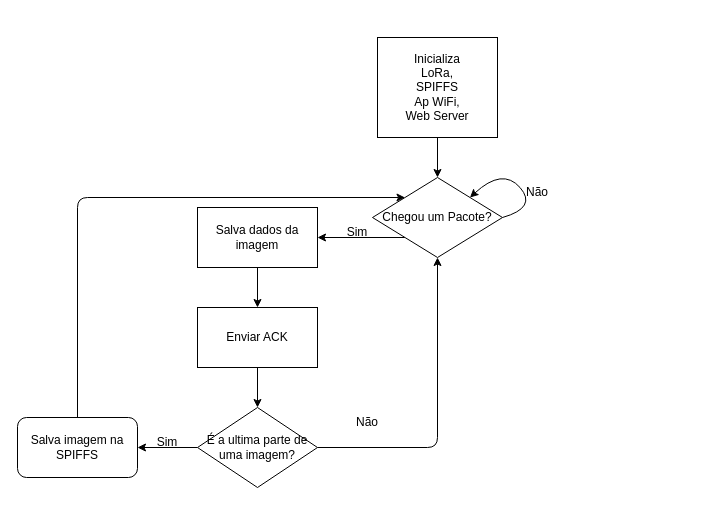
Before: documentation/diagrams/fluxogram_recivier.drawio in darkvictor13/LoRa-Image-Sender, a draw.io diagram. Source tidied: cells renumbered, new cells numbered last; positions are measured from the earlier drawing's top-left corner, leaving out a move shared by most shapes. Both pictures are drawn from the tidied source at 100%, with x=0, y=0 at pixel (17, 37).
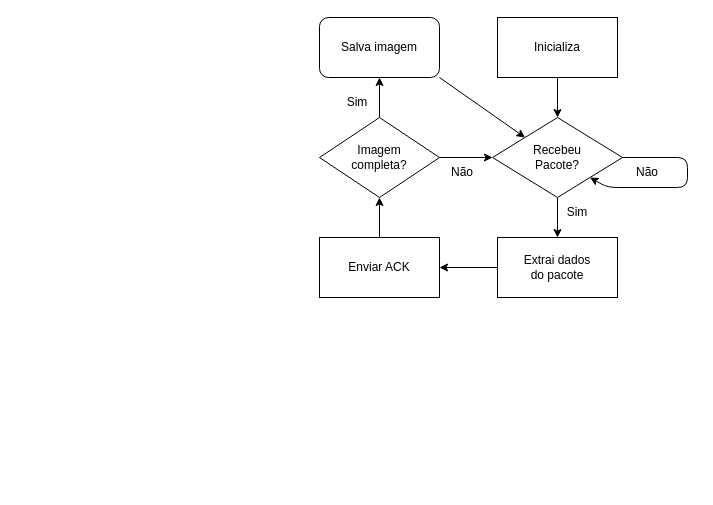
Above is the later version.

Diff of the diagram source:
```diff
@@
-    <mxCell id="3" style="edgeStyle=none;html=1;entryX=1;entryY=0.5;entryDx=0;entryDy=0;endArrow=classic;endFill=1;exitX=0;exitY=1;exitDx=0;exitDy=0;rounded=0;" parent="1" edge="1" source="4" target="19">
+    <mxCell id="3" style="edgeStyle=none;html=1;endArrow=classic;endFill=1;rounded=0;" parent="1" edge="1" source="4" target="19">
       <mxGeometry relative="1" as="geometry" />
     </mxCell>
-    <mxCell id="4" value="Chegou um Pacote?" style="rhombus;whiteSpace=wrap;html=1;rounded=0;" parent="1" vertex="1">
-      <mxGeometry x="355" y="140" width="130" height="80" as="geometry" />
+    <mxCell id="4" value="Recebeu&lt;br&gt;Pacote?" style="rhombus;whiteSpace=wrap;html=1;rounded=0;" parent="1" vertex="1">
+      <mxGeometry x="475" y="80" width="130" height="80" as="geometry" />
     </mxCell>
-    <mxCell id="5" style="edgeStyle=none;html=1;exitX=0.5;exitY=1;exitDx=0;exitDy=0;entryX=0.5;entryY=0;entryDx=0;entryDy=0;endArrow=classic;endFill=1;rounded=0;" parent="1" edge="1" source="6" target="11">
+    <mxCell id="5" style="edgeStyle=none;html=1;endArrow=classic;endFill=1;rounded=0;" parent="1" edge="1" source="6" target="11">
       <mxGeometry relative="1" as="geometry" />
     </mxCell>
     <mxCell id="6" value="Enviar ACK" style="rounded=0;whiteSpace=wrap;html=1;" parent="1" vertex="1">
-      <mxGeometry x="180" y="270" width="120" height="60" as="geometry" />
+      <mxGeometry x="302" y="200" width="120" height="60" as="geometry" />
     </mxCell>
     <mxCell id="7" value="Não" style="text;html=1;strokeColor=none;fillColor=none;align=center;verticalAlign=middle;whiteSpace=wrap;rounded=0;" parent="1" vertex="1">
-      <mxGeometry x="490" y="140" width="60" height="30" as="geometry" />
+      <mxGeometry x="600" y="120" width="60" height="30" as="geometry" />
     </mxCell>
     <mxCell id="8" value="Sim" style="text;html=1;strokeColor=none;fillColor=none;align=center;verticalAlign=middle;whiteSpace=wrap;rounded=0;" parent="1" vertex="1">
-      <mxGeometry x="310" y="180" width="60" height="30" as="geometry" />
+      <mxGeometry x="530" y="160" width="60" height="30" as="geometry" />
     </mxCell>
-    <mxCell id="9" style="edgeStyle=none;html=1;entryX=1;entryY=0.5;entryDx=0;entryDy=0;exitX=0;exitY=0.5;exitDx=0;exitDy=0;" parent="1" edge="1" source="11" target="17">
+    <mxCell id="9" style="edgeStyle=none;html=1;" parent="1" edge="1" source="11" target="17">
       <mxGeometry relative="1" as="geometry" />
     </mxCell>
-    <mxCell id="10" style="edgeStyle=none;html=1;exitX=1;exitY=0.5;exitDx=0;exitDy=0;entryX=0.5;entryY=1;entryDx=0;entryDy=0;" parent="1" edge="1" source="11" target="4">
-      <mxGeometry relative="1" as="geometry">
-        <Array as="points">
-          <mxPoint x="420" y="410" />
-        </Array>
-      </mxGeometry>
+    <mxCell id="10" style="edgeStyle=none;html=1;exitX=1;exitY=0.5;exitDx=0;exitDy=0;entryX=0;entryY=0.5;entryDx=0;entryDy=0;" parent="1" edge="1" source="11" target="4">
+      <mxGeometry relative="1" as="geometry" />
     </mxCell>
-    <mxCell id="11" value="É a ultima parte de uma imagem?" style="rhombus;whiteSpace=wrap;html=1;rounded=0;" parent="1" vertex="1">
-      <mxGeometry x="180" y="370" width="120" height="80" as="geometry" />
+    <mxCell id="11" value="Imagem&lt;br&gt;completa?" style="rhombus;whiteSpace=wrap;html=1;rounded=0;" parent="1" vertex="1">
+      <mxGeometry x="302" y="80" width="120" height="80" as="geometry" />
     </mxCell>
     <mxCell id="12" value="Sim" style="text;html=1;strokeColor=none;fillColor=none;align=center;verticalAlign=middle;whiteSpace=wrap;rounded=0;" parent="1" vertex="1">
-      <mxGeometry x="120" y="390" width="60" height="30" as="geometry" />
+      <mxGeometry x="310" y="50" width="60" height="30" as="geometry" />
     </mxCell>
     <mxCell id="13" value="Não" style="text;html=1;strokeColor=none;fillColor=none;align=center;verticalAlign=middle;whiteSpace=wrap;rounded=0;" parent="1" vertex="1">
-      <mxGeometry x="320" y="370" width="60" height="30" as="geometry" />
+      <mxGeometry x="415" y="120" width="60" height="30" as="geometry" />
     </mxCell>
-    <mxCell id="14" value="Inicializa&lt;br&gt;LoRa,&lt;br&gt;SPIFFS&lt;br&gt;Ap WiFi,&lt;br&gt;Web Server" style="rounded=0;whiteSpace=wrap;html=1;" parent="1" vertex="1">
-      <mxGeometry x="360" width="120" height="100" as="geometry" />
+    <mxCell id="14" value="Inicializa" style="rounded=0;whiteSpace=wrap;html=1;" parent="1" vertex="1">
+      <mxGeometry x="480" y="-20" width="120" height="60" as="geometry" />
     </mxCell>
-    <mxCell id="15" style="curved=1;endArrow=classic;html=1;exitX=1;exitY=0.5;exitDx=0;exitDy=0;entryX=1;entryY=0;entryDx=0;entryDy=0;" parent="1" edge="1" source="4" target="4">
-      <mxGeometry relative="1" as="geometry">
-        <Array as="points">
-          <mxPoint x="520" y="170" />
-          <mxPoint x="485" y="130" />
-        </Array>
-      </mxGeometry>
-    </mxCell>
-    <mxCell id="16" style="edgeStyle=none;html=1;exitX=0.5;exitY=0;exitDx=0;exitDy=0;entryX=0;entryY=0;entryDx=0;entryDy=0;" parent="1" edge="1" source="17" target="4">
-      <mxGeometry relative="1" as="geometry">
-        <Array as="points">
-          <mxPoint x="60" y="160" />
-        </Array>
-      </mxGeometry>
+    <mxCell id="16" style="edgeStyle=none;html=1;exitX=1;exitY=1;exitDx=0;exitDy=0;entryX=0;entryY=0;entryDx=0;entryDy=0;" parent="1" edge="1" source="17" target="4">
+      <mxGeometry relative="1" as="geometry" />
     </mxCell>
-    <mxCell id="17" value="Salva imagem na SPIFFS" style="rounded=1;whiteSpace=wrap;html=1;" parent="1" vertex="1">
-      <mxGeometry y="380" width="120" height="60" as="geometry" />
+    <mxCell id="17" value="Salva imagem" style="rounded=1;whiteSpace=wrap;html=1;" parent="1" vertex="1">
+      <mxGeometry x="302" y="-20" width="120" height="60" as="geometry" />
     </mxCell>
-    <mxCell id="18" style="edgeStyle=none;html=1;exitX=0.5;exitY=1;exitDx=0;exitDy=0;entryX=0.5;entryY=0;entryDx=0;entryDy=0;" parent="1" edge="1" source="19" target="6">
+    <mxCell id="18" style="edgeStyle=none;html=1;" parent="1" edge="1" source="19" target="6">
       <mxGeometry relative="1" as="geometry" />
     </mxCell>
-    <mxCell id="19" value="Salva dados da imagem" style="rounded=0;whiteSpace=wrap;html=1;" parent="1" vertex="1">
-      <mxGeometry x="180" y="170" width="120" height="60" as="geometry" />
+    <mxCell id="19" value="Extrai dados&lt;br&gt;do pacote" style="rounded=0;whiteSpace=wrap;html=1;" parent="1" vertex="1">
+      <mxGeometry x="480" y="200" width="120" height="60" as="geometry" />
     </mxCell>
+    <mxCell id="15" style="edgeStyle=none;html=1;entryX=1;entryY=1;entryDx=0;entryDy=0;" parent="1" edge="1" source="4" target="4">
+      <mxGeometry relative="1" as="geometry">
+        <Array as="points">
+          <mxPoint x="670" y="120" />
+          <mxPoint x="670" y="150" />
+          <mxPoint x="590" y="150" />
+        </Array>
+      </mxGeometry>
+    </mxCell>
```
